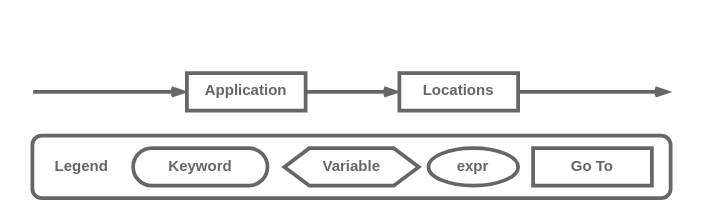
Above: 3. Proyecto/metamodel/Railroad Base.drawio in MrDahaniel/StarDuck (draw.io), before the change. Source tidied: cells renumbered, new cells numbered last; positions are measured from the earlier drawing's top-left corner, leaving out a move shared by most shapes. Both pictures are drawn from the tidied source at 125%, with x=0, y=0 at pixel (31, 72).
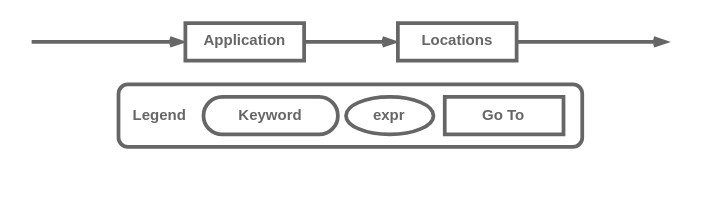
Above is the later version.

Change to the diagram source:
```diff
@@
 <mxGraphModel>
   <root>
     <mxCell id="0" />
     <mxCell id="1" parent="0" />
-    <mxCell id="2" style="group;" parent="1" vertex="1">
-      <mxGeometry x="0.4" width="510.6" height="100" as="geometry" />
-    </mxCell>
-    <mxCell id="3" style="edgeStyle=orthogonalEdgeStyle;shape=connector;curved=0;rounded=0;jettySize=auto;html=1;exitX=0;exitY=0.5;exitDx=0;exitDy=0;labelBackgroundColor=default;strokeColor=#666666;strokeWidth=3;align=center;verticalAlign=middle;fontFamily=Helvetica;fontSize=11;fontColor=default;endArrow=none;endFill=0;startArrow=openThin;startFill=0;" parent="2" edge="1" source="4">
-      <mxGeometry relative="1" as="geometry">
-        <mxPoint x="0.6" y="15" as="targetPoint" />
-      </mxGeometry>
-    </mxCell>
+    <mxCell id="13" style="group;" parent="1" vertex="1">
+      <mxGeometry x="-0.2" y="-40" width="510" height="99" as="geometry" />
+    </mxCell>
+    <mxCell id="14" style="group;" parent="13" vertex="1">
+      <mxGeometry x="69.5" y="49" width="371" height="50" as="geometry" />
+    </mxCell>
+    <mxCell id="8" value="&lt;b style=&quot;border-color: var(--border-color); color: rgb(51, 51, 51); font-family: Helvetica; text-align: center;&quot;&gt;&lt;font style=&quot;border-color: var(--border-color);&quot; color=&quot;#666666&quot;&gt;&amp;nbsp; &amp;nbsp;Legend&lt;/font&gt;&lt;/b&gt;" style="text;html=1;align=left;verticalAlign=middle;whiteSpace=wrap;rounded=1;fontFamily=Courier New;perimeterSpacing=6;shadow=0;fillColor=#ffffff;fontColor=#143642;strokeColor=#666666;labelBackgroundColor=none;strokeWidth=3;" parent="14" vertex="1">
+      <mxGeometry width="371" height="50" as="geometry" />
+    </mxCell>
+    <mxCell id="9" value="&lt;b style=&quot;border-color: var(--border-color); color: rgb(51, 51, 51);&quot;&gt;&lt;font style=&quot;border-color: var(--border-color);&quot; color=&quot;#666666&quot;&gt;expr&lt;/font&gt;&lt;/b&gt;" style="ellipse;whiteSpace=wrap;html=1;rounded=1;labelBackgroundColor=none;strokeColor=#666666;fontFamily=Helvetica;fontSize=12;fontColor=default;fillColor=default;strokeWidth=3;" parent="14" vertex="1">
+      <mxGeometry x="182" y="10" width="70" height="30" as="geometry" />
+    </mxCell>
+    <mxCell id="11" value="&lt;p&gt;&lt;b style=&quot;border-color: var(--border-color); color: rgb(51, 51, 51);&quot;&gt;&lt;font style=&quot;border-color: var(--border-color);&quot; color=&quot;#666666&quot;&gt;Keyword&lt;/font&gt;&lt;/b&gt;&lt;br&gt;&lt;/p&gt;" style="rounded=1;whiteSpace=wrap;html=1;arcSize=50;fontStyle=0;fillColor=#ffffff;strokeColor=#666666;labelBackgroundColor=none;fontColor=#143642;strokeWidth=3;" parent="14" vertex="1">
+      <mxGeometry x="68" y="10" width="107.5" height="30" as="geometry" />
+    </mxCell>
+    <mxCell id="12" value="&lt;b style=&quot;border-color: var(--border-color); color: rgb(51, 51, 51);&quot;&gt;&lt;font style=&quot;border-color: var(--border-color);&quot; color=&quot;#666666&quot;&gt;Go To&lt;/font&gt;&lt;/b&gt;" style="rounded=1;whiteSpace=wrap;html=1;strokeColor=#666666;fontFamily=Helvetica;fontSize=12;fontColor=#143642;fillColor=#FFFFFF;arcSize=0;fontStyle=0;shadow=0;labelBackgroundColor=none;strokeWidth=3;" parent="14" vertex="1">
+      <mxGeometry x="261" y="10" width="95" height="30" as="geometry" />
+    </mxCell>
+    <mxCell id="15" style="group;" parent="13" vertex="1">
+      <mxGeometry width="510" height="30" as="geometry" />
+    </mxCell>
+    <mxCell id="16" style="edgeStyle=orthogonalEdgeStyle;shape=connector;curved=0;rounded=0;jettySize=auto;html=1;exitX=0;exitY=0.5;exitDx=0;exitDy=0;labelBackgroundColor=default;strokeColor=#666666;strokeWidth=3;align=center;verticalAlign=middle;fontFamily=Helvetica;fontSize=11;fontColor=default;endArrow=none;endFill=0;startArrow=openThin;startFill=0;" parent="15" edge="1" source="4">
+      <mxGeometry relative="1" as="geometry">
+        <mxPoint y="15" as="targetPoint" />
+      </mxGeometry>
+    </mxCell>
-    <mxCell id="4" value="&lt;b style=&quot;border-color: var(--border-color);&quot;&gt;&lt;font style=&quot;border-color: var(--border-color);&quot; color=&quot;#666666&quot;&gt;Application&lt;/font&gt;&lt;/b&gt;" style="rounded=1;whiteSpace=wrap;html=1;strokeColor=#666666;fontFamily=Helvetica;fontSize=12;fontColor=#333333;fillColor=#ffffff;arcSize=0;fontStyle=0;shadow=0;labelBackgroundColor=none;align=center;verticalAlign=top;strokeWidth=3;" parent="2" vertex="1">
-      <mxGeometry x="123.6" width="95" height="30" as="geometry" />
+    <mxCell id="4" value="&lt;b style=&quot;border-color: var(--border-color);&quot;&gt;&lt;font style=&quot;border-color: var(--border-color);&quot; color=&quot;#666666&quot;&gt;Application&lt;/font&gt;&lt;/b&gt;" style="rounded=1;whiteSpace=wrap;html=1;strokeColor=#666666;fontFamily=Helvetica;fontSize=12;fontColor=#333333;fillColor=#ffffff;arcSize=0;fontStyle=0;shadow=0;labelBackgroundColor=none;align=center;verticalAlign=top;strokeWidth=3;" parent="15" vertex="1">
+      <mxGeometry x="123" width="95" height="30" as="geometry" />
     </mxCell>
-    <mxCell id="5" style="edgeStyle=orthogonalEdgeStyle;shape=connector;curved=0;rounded=0;jettySize=auto;html=1;exitX=1;exitY=0.5;exitDx=0;exitDy=0;labelBackgroundColor=default;strokeColor=#666666;strokeWidth=3;align=center;verticalAlign=middle;fontFamily=Helvetica;fontSize=11;fontColor=default;endArrow=openThin;endFill=0;" parent="2" edge="1" source="6">
-      <mxGeometry relative="1" as="geometry">
-        <mxPoint x="510.6" y="15" as="targetPoint" />
-      </mxGeometry>
-    </mxCell>
+    <mxCell id="17" style="edgeStyle=orthogonalEdgeStyle;shape=connector;curved=0;rounded=0;jettySize=auto;html=1;exitX=1;exitY=0.5;exitDx=0;exitDy=0;labelBackgroundColor=default;strokeColor=#666666;strokeWidth=3;align=center;verticalAlign=middle;fontFamily=Helvetica;fontSize=11;fontColor=default;endArrow=openThin;endFill=0;" parent="15" edge="1" source="6">
+      <mxGeometry relative="1" as="geometry">
+        <mxPoint x="510" y="15" as="targetPoint" />
+      </mxGeometry>
+    </mxCell>
-    <mxCell id="6" value="&lt;b style=&quot;border-color: var(--border-color); color: rgb(51, 51, 51);&quot;&gt;&lt;font style=&quot;border-color: var(--border-color);&quot; color=&quot;#666666&quot;&gt;Locations&lt;/font&gt;&lt;/b&gt;" style="rounded=1;whiteSpace=wrap;html=1;strokeColor=#666666;fontFamily=Helvetica;fontSize=12;fontColor=#333333;fillColor=#ffffff;arcSize=0;fontStyle=0;shadow=0;labelBackgroundColor=none;verticalAlign=top;strokeWidth=3;" parent="2" vertex="1">
-      <mxGeometry x="293.6" width="95" height="30" as="geometry" />
+    <mxCell id="6" value="&lt;b style=&quot;border-color: var(--border-color); color: rgb(51, 51, 51);&quot;&gt;&lt;font style=&quot;border-color: var(--border-color);&quot; color=&quot;#666666&quot;&gt;Locations&lt;/font&gt;&lt;/b&gt;" style="rounded=1;whiteSpace=wrap;html=1;strokeColor=#666666;fontFamily=Helvetica;fontSize=12;fontColor=#333333;fillColor=#ffffff;arcSize=0;fontStyle=0;shadow=0;labelBackgroundColor=none;verticalAlign=top;strokeWidth=3;" parent="15" vertex="1">
+      <mxGeometry x="293" width="95" height="30" as="geometry" />
     </mxCell>
-    <mxCell id="7" style="edgeStyle=orthogonalEdgeStyle;shape=connector;curved=0;rounded=0;jettySize=auto;html=1;exitX=1;exitY=0.5;exitDx=0;exitDy=0;labelBackgroundColor=default;strokeColor=#666666;strokeWidth=3;align=center;verticalAlign=middle;fontFamily=Helvetica;fontSize=11;fontColor=default;endArrow=openThin;endFill=0;" parent="2" edge="1" source="4" target="6">
+    <mxCell id="7" style="edgeStyle=orthogonalEdgeStyle;shape=connector;curved=0;rounded=0;jettySize=auto;html=1;exitX=1;exitY=0.5;exitDx=0;exitDy=0;labelBackgroundColor=default;strokeColor=#666666;strokeWidth=3;align=center;verticalAlign=middle;fontFamily=Helvetica;fontSize=11;fontColor=default;endArrow=openThin;endFill=0;" parent="15" edge="1" source="4" target="6">
       <mxGeometry relative="1" as="geometry" />
     </mxCell>
-    <mxCell id="8" value="&lt;b style=&quot;border-color: var(--border-color); color: rgb(51, 51, 51); font-family: Helvetica; text-align: center;&quot;&gt;&lt;font style=&quot;border-color: var(--border-color);&quot; color=&quot;#666666&quot;&gt;&amp;nbsp; &amp;nbsp; &amp;nbsp;Legend&lt;/font&gt;&lt;/b&gt;" style="text;html=1;align=left;verticalAlign=middle;whiteSpace=wrap;rounded=1;fontFamily=Courier New;perimeterSpacing=6;shadow=0;fillColor=#ffffff;fontColor=#143642;strokeColor=#666666;labelBackgroundColor=none;strokeWidth=3;" parent="2" vertex="1">
-      <mxGeometry y="50" width="510.6" height="50" as="geometry" />
-    </mxCell>
-    <mxCell id="9" value="&lt;b style=&quot;border-color: var(--border-color); color: rgb(51, 51, 51);&quot;&gt;&lt;font style=&quot;border-color: var(--border-color);&quot; color=&quot;#666666&quot;&gt;expr&lt;/font&gt;&lt;/b&gt;" style="ellipse;whiteSpace=wrap;html=1;rounded=1;labelBackgroundColor=none;strokeColor=#666666;fontFamily=Helvetica;fontSize=12;fontColor=default;fillColor=default;strokeWidth=3;" parent="2" vertex="1">
-      <mxGeometry x="316.9" y="60" width="71.7" height="30" as="geometry" />
-    </mxCell>
-    <mxCell id="10" value="&lt;font color=&quot;#666666&quot;&gt;&lt;b&gt;Variable&lt;/b&gt;&lt;/font&gt;" style="shape=hexagon;perimeter=hexagonPerimeter2;whiteSpace=wrap;html=1;fixedSize=1;strokeColor=#666666;fontColor=#143642;fillColor=default;strokeWidth=3;" parent="2" vertex="1">
-      <mxGeometry x="201.6" y="60" width="107.5" height="30" as="geometry" />
-    </mxCell>
-    <mxCell id="11" value="&lt;p&gt;&lt;b style=&quot;border-color: var(--border-color); color: rgb(51, 51, 51);&quot;&gt;&lt;font style=&quot;border-color: var(--border-color);&quot; color=&quot;#666666&quot;&gt;Keyword&lt;/font&gt;&lt;/b&gt;&lt;br&gt;&lt;/p&gt;" style="rounded=1;whiteSpace=wrap;html=1;arcSize=50;fontStyle=0;fillColor=#ffffff;strokeColor=#666666;labelBackgroundColor=none;fontColor=#143642;strokeWidth=3;" parent="2" vertex="1">
-      <mxGeometry x="80.6" y="60" width="107.5" height="30" as="geometry" />
-    </mxCell>
-    <mxCell id="12" value="&lt;b style=&quot;border-color: var(--border-color); color: rgb(51, 51, 51);&quot;&gt;&lt;font style=&quot;border-color: var(--border-color);&quot; color=&quot;#666666&quot;&gt;Go To&lt;/font&gt;&lt;/b&gt;" style="rounded=1;whiteSpace=wrap;html=1;strokeColor=#666666;fontFamily=Helvetica;fontSize=12;fontColor=#143642;fillColor=#FFFFFF;arcSize=0;fontStyle=0;shadow=0;labelBackgroundColor=none;strokeWidth=3;" parent="2" vertex="1">
-      <mxGeometry x="400.6" y="60" width="95" height="30" as="geometry" />
-    </mxCell>
   </root>
 </mxGraphModel>
```
